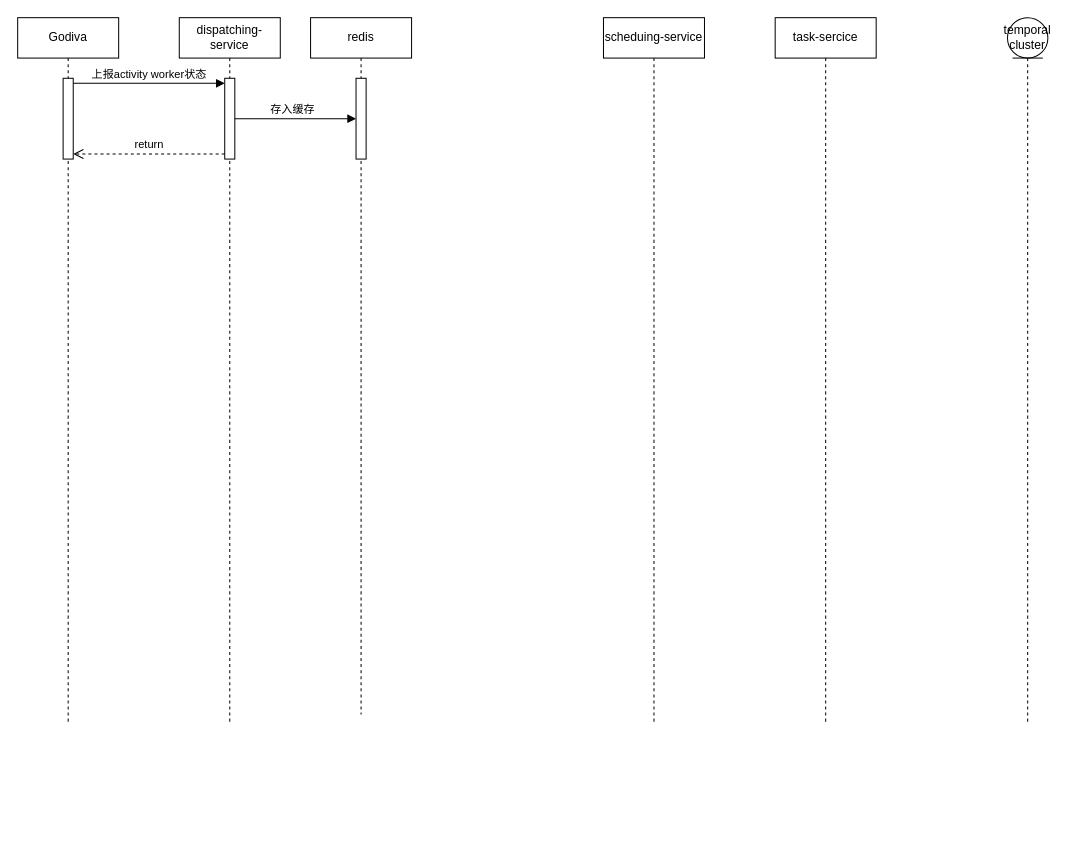
The draw.io diagram 分布式任务下发.drawio in DSkyrim/draw, before the edit. Source tidied: cells renumbered, new cells numbered last; positions are measured from the earlier drawing's top-left corner, leaving out a move shared by most shapes. Both pictures are drawn from the tidied source at 101%, with x=0, y=0 at pixel (17, 17).
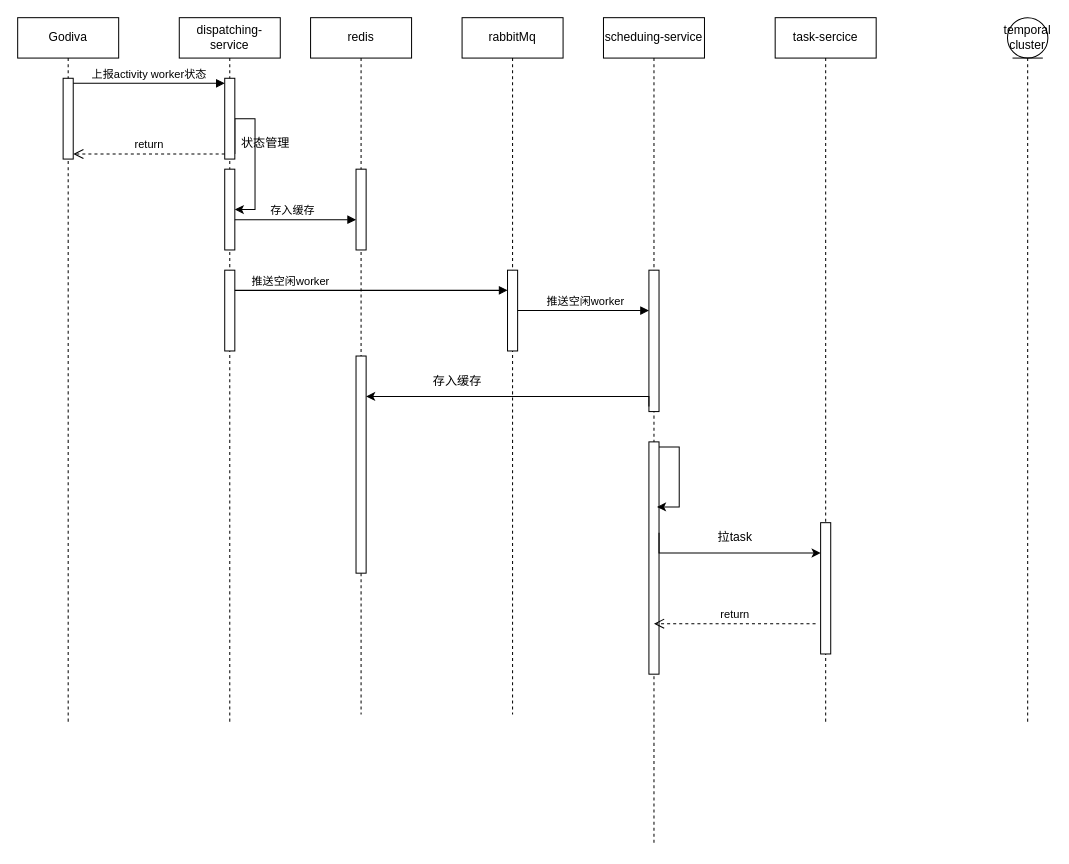
The same page after the edit.

Commit message (it also covers changes not shown here):
更新分布式任务下发.drawio

The change refers to these unchanged cells:
```xml
<mxCell id="4" value="dispatching-service" style="shape=umlLifeline;perimeter=lifelinePerimeter;whiteSpace=wrap;html=1;newEdgeStyle={&quot;curved&quot;:0,&quot;rounded&quot;:0};" parent="1" vertex="1">
  <mxGeometry x="160" width="100" height="700" as="geometry" />
</mxCell>
<mxCell id="5" style="html=1;points=[[0,0,0,0,5],[0,1,0,0,-5],[1,0,0,0,5],[1,1,0,0,-5]];perimeter=orthogonalPerimeter;outlineConnect=0;targetShapes=umlLifeline;portConstraint=eastwest;newEdgeStyle={&quot;curved&quot;:0,&quot;rounded&quot;:0};" parent="4" vertex="1">
  <mxGeometry x="45" y="60" width="10" height="80" as="geometry" />
</mxCell>
<mxCell id="7" value="task-sercice" style="shape=umlLifeline;perimeter=lifelinePerimeter;whiteSpace=wrap;html=1;newEdgeStyle={&quot;curved&quot;:0,&quot;rounded&quot;:0};" parent="1" vertex="1">
  <mxGeometry x="750" width="100" height="700" as="geometry" />
</mxCell>
<mxCell id="9" value="redis" style="shape=umlLifeline;perimeter=lifelinePerimeter;whiteSpace=wrap;html=1;newEdgeStyle={&quot;curved&quot;:0,&quot;rounded&quot;:0};" parent="1" vertex="1">
  <mxGeometry x="290" width="100" height="690" as="geometry" />
</mxCell>
```

Change to the diagram source:
```diff
@@
+    <mxCell id="15" style="edgeStyle=orthogonalEdgeStyle;rounded=0;jettySize=auto;html=1;curved=0;exitX=1;exitY=1;exitDx=0;exitDy=-5;exitPerimeter=0;" parent="4" edge="1" source="5" target="17">
+      <mxGeometry relative="1" as="geometry">
+        <Array as="points">
+          <mxPoint x="55" y="100" />
+          <mxPoint x="75" y="100" />
+          <mxPoint x="75" y="190" />
+        </Array>
+      </mxGeometry>
+    </mxCell>
@@
+    <mxCell id="16" style="html=1;points=[[0,0,0,0,5],[0,1,0,0,-5],[1,0,0,0,5],[1,1,0,0,-5]];perimeter=orthogonalPerimeter;outlineConnect=0;targetShapes=umlLifeline;portConstraint=eastwest;newEdgeStyle={&quot;curved&quot;:0,&quot;rounded&quot;:0};" parent="4" vertex="1">
+      <mxGeometry x="45" y="250" width="10" height="80" as="geometry" />
+    </mxCell>
+    <mxCell id="17" style="html=1;points=[[0,0,0,0,5],[0,1,0,0,-5],[1,0,0,0,5],[1,1,0,0,-5]];perimeter=orthogonalPerimeter;outlineConnect=0;targetShapes=umlLifeline;portConstraint=eastwest;newEdgeStyle={&quot;curved&quot;:0,&quot;rounded&quot;:0};" parent="4" vertex="1">
+      <mxGeometry x="45" y="150" width="10" height="80" as="geometry" />
+    </mxCell>
     <mxCell id="6" value="scheduing-service" style="shape=umlLifeline;perimeter=lifelinePerimeter;whiteSpace=wrap;html=1;newEdgeStyle={&quot;curved&quot;:0,&quot;rounded&quot;:0};" parent="1" vertex="1">
-      <mxGeometry x="580" width="100" height="700" as="geometry" />
+      <mxGeometry x="580" width="100" height="820" as="geometry" />
     </mxCell>
+    <mxCell id="18" style="html=1;points=[[0,0,0,0,5],[0,1,0,0,-5],[1,0,0,0,5],[1,1,0,0,-5]];perimeter=orthogonalPerimeter;outlineConnect=0;targetShapes=umlLifeline;portConstraint=eastwest;newEdgeStyle={&quot;curved&quot;:0,&quot;rounded&quot;:0};" parent="6" vertex="1">
+      <mxGeometry x="45" y="250" width="10" height="140" as="geometry" />
+    </mxCell>
+    <mxCell id="19" style="html=1;points=[[0,0,0,0,5],[0,1,0,0,-5],[1,0,0,0,5],[1,1,0,0,-5]];perimeter=orthogonalPerimeter;outlineConnect=0;targetShapes=umlLifeline;portConstraint=eastwest;newEdgeStyle={&quot;curved&quot;:0,&quot;rounded&quot;:0};" parent="6" vertex="1">
+      <mxGeometry x="45" y="420" width="10" height="230" as="geometry" />
+    </mxCell>
+    <mxCell id="20" style="edgeStyle=orthogonalEdgeStyle;rounded=0;orthogonalLoop=1;jettySize=auto;html=1;curved=0;exitX=1;exitY=0;exitDx=0;exitDy=5;exitPerimeter=0;entryX=0.8;entryY=0.28;entryDx=0;entryDy=0;entryPerimeter=0;" parent="6" edge="1" source="19" target="19">
+      <mxGeometry relative="1" as="geometry" />
+    </mxCell>
@@
+    <mxCell id="21" style="html=1;points=[[0,0,0,0,5],[0,1,0,0,-5],[1,0,0,0,5],[1,1,0,0,-5]];perimeter=orthogonalPerimeter;outlineConnect=0;targetShapes=umlLifeline;portConstraint=eastwest;newEdgeStyle={&quot;curved&quot;:0,&quot;rounded&quot;:0};" parent="7" vertex="1">
+      <mxGeometry x="45" y="500" width="10" height="130" as="geometry" />
+    </mxCell>
@@
     <mxCell id="10" style="html=1;points=[[0,0,0,0,5],[0,1,0,0,-5],[1,0,0,0,5],[1,1,0,0,-5]];perimeter=orthogonalPerimeter;outlineConnect=0;targetShapes=umlLifeline;portConstraint=eastwest;newEdgeStyle={&quot;curved&quot;:0,&quot;rounded&quot;:0};" parent="9" vertex="1">
-      <mxGeometry x="45" y="60" width="10" height="80" as="geometry" />
+      <mxGeometry x="45" y="150" width="10" height="80" as="geometry" />
     </mxCell>
+    <mxCell id="22" style="html=1;points=[[0,0,0,0,5],[0,1,0,0,-5],[1,0,0,0,5],[1,1,0,0,-5]];perimeter=orthogonalPerimeter;outlineConnect=0;targetShapes=umlLifeline;portConstraint=eastwest;newEdgeStyle={&quot;curved&quot;:0,&quot;rounded&quot;:0};" parent="9" vertex="1">
+      <mxGeometry x="45" y="335" width="10" height="215" as="geometry" />
+    </mxCell>
@@
-    <mxCell id="13" style="html=1;verticalAlign=bottom;endArrow=block;curved=0;rounded=0;" parent="1" edge="1" source="5" target="10">
-      <mxGeometry relative="1" as="geometry" />
+    <mxCell id="13" style="html=1;verticalAlign=bottom;endArrow=block;curved=0;rounded=0;" parent="1" edge="1" source="17" target="10">
+      <mxGeometry relative="1" as="geometry">
+        <Array as="points">
+          <mxPoint x="280" y="200" />
+        </Array>
+      </mxGeometry>
     </mxCell>
@@
+    <mxCell id="23" value="rabbitMq" style="shape=umlLifeline;perimeter=lifelinePerimeter;whiteSpace=wrap;html=1;newEdgeStyle={&quot;curved&quot;:0,&quot;rounded&quot;:0};" parent="1" vertex="1">
+      <mxGeometry x="440" width="100" height="690" as="geometry" />
+    </mxCell>
+    <mxCell id="24" style="html=1;points=[[0,0,0,0,5],[0,1,0,0,-5],[1,0,0,0,5],[1,1,0,0,-5]];perimeter=orthogonalPerimeter;outlineConnect=0;targetShapes=umlLifeline;portConstraint=eastwest;newEdgeStyle={&quot;curved&quot;:0,&quot;rounded&quot;:0};" parent="23" vertex="1">
+      <mxGeometry x="45" y="250" width="10" height="80" as="geometry" />
+    </mxCell>
+    <mxCell id="25" style="html=1;verticalAlign=bottom;endArrow=block;curved=0;rounded=0;" parent="1" edge="1" source="16" target="24">
+      <mxGeometry relative="1" as="geometry">
+        <Array as="points">
+          <mxPoint x="360" y="270" />
+        </Array>
+      </mxGeometry>
+    </mxCell>
+    <mxCell id="26" value="推送空闲worker" style="edgeLabel;html=1;align=center;verticalAlign=middle;" parent="25" vertex="1">
+      <mxGeometry x="-0.22" y="3" relative="1" as="geometry">
+        <mxPoint x="-51" y="-7" as="offset" />
+      </mxGeometry>
+    </mxCell>
+    <mxCell id="27" style="html=1;verticalAlign=bottom;endArrow=block;curved=0;rounded=0;" parent="1" edge="1" source="24" target="18">
+      <mxGeometry relative="1" as="geometry" />
+    </mxCell>
+    <mxCell id="28" value="推送空闲worker" style="edgeLabel;html=1;align=center;verticalAlign=middle;" parent="27" vertex="1">
+      <mxGeometry x="-0.22" y="3" relative="1" as="geometry">
+        <mxPoint x="15" y="-7" as="offset" />
+      </mxGeometry>
+    </mxCell>
+    <mxCell id="29" value="状态管理" style="text;html=1;align=center;verticalAlign=middle;strokeColor=none;fillColor=none;" parent="1" vertex="1">
+      <mxGeometry x="210" y="110" width="70" height="30" as="geometry" />
+    </mxCell>
+    <mxCell id="30" style="edgeStyle=orthogonalEdgeStyle;rounded=0;jettySize=auto;html=1;curved=0;exitX=0;exitY=1;exitDx=0;exitDy=-5;exitPerimeter=0;" parent="1" edge="1" source="18" target="22">
+      <mxGeometry relative="1" as="geometry">
+        <Array as="points">
+          <mxPoint x="625" y="375" />
+        </Array>
+      </mxGeometry>
+    </mxCell>
+    <mxCell id="31" value="存入缓存" style="text;html=1;align=center;verticalAlign=middle;strokeColor=none;fillColor=none;" parent="1" vertex="1">
+      <mxGeometry x="400" y="345" width="70" height="30" as="geometry" />
+    </mxCell>
+    <mxCell id="32" style="edgeStyle=orthogonalEdgeStyle;rounded=0;jettySize=auto;html=1;curved=0;" parent="1" edge="1" target="21">
+      <mxGeometry relative="1" as="geometry">
+        <mxPoint x="635" y="510" as="sourcePoint" />
+        <Array as="points">
+          <mxPoint x="635" y="530" />
+        </Array>
+      </mxGeometry>
+    </mxCell>
+    <mxCell id="33" value="拉task" style="text;html=1;align=center;verticalAlign=middle;strokeColor=none;fillColor=none;" parent="1" vertex="1">
+      <mxGeometry x="680" y="500" width="60" height="30" as="geometry" />
+    </mxCell>
+    <mxCell id="34" value="return" style="html=1;verticalAlign=bottom;endArrow=open;dashed=1;endSize=8;curved=0;rounded=0;" parent="1" edge="1">
+      <mxGeometry relative="1" as="geometry">
+        <mxPoint x="790" y="600" as="sourcePoint" />
+        <mxPoint x="630" y="600" as="targetPoint" />
+      </mxGeometry>
+    </mxCell>
```
